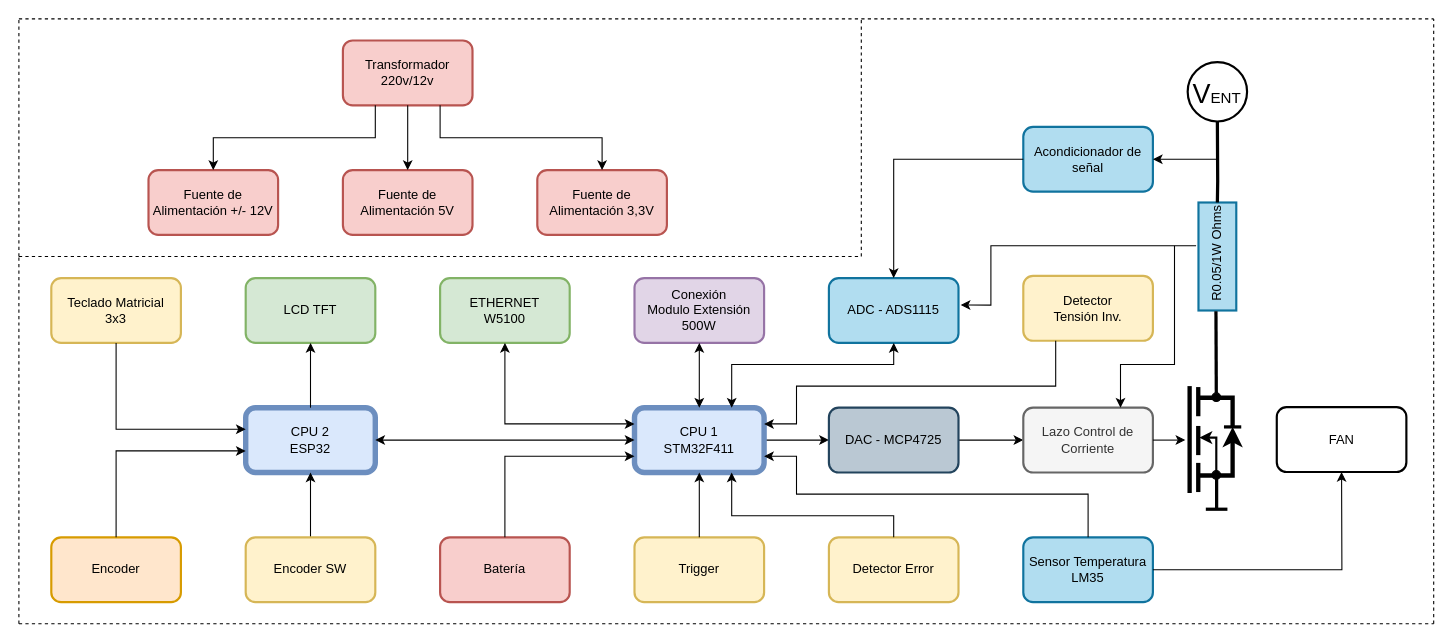
The draw.io diagram Diagrama en Bloques.drawio in Nicolasseze/Carga-Electronica, before the edit. Source tidied: cells renumbered, new cells numbered last; positions are measured from the earlier drawing's top-left corner, leaving out a move shared by most shapes. Both pictures are drawn from the tidied source at 108%, with x=0, y=0 at pixel (18, 18).
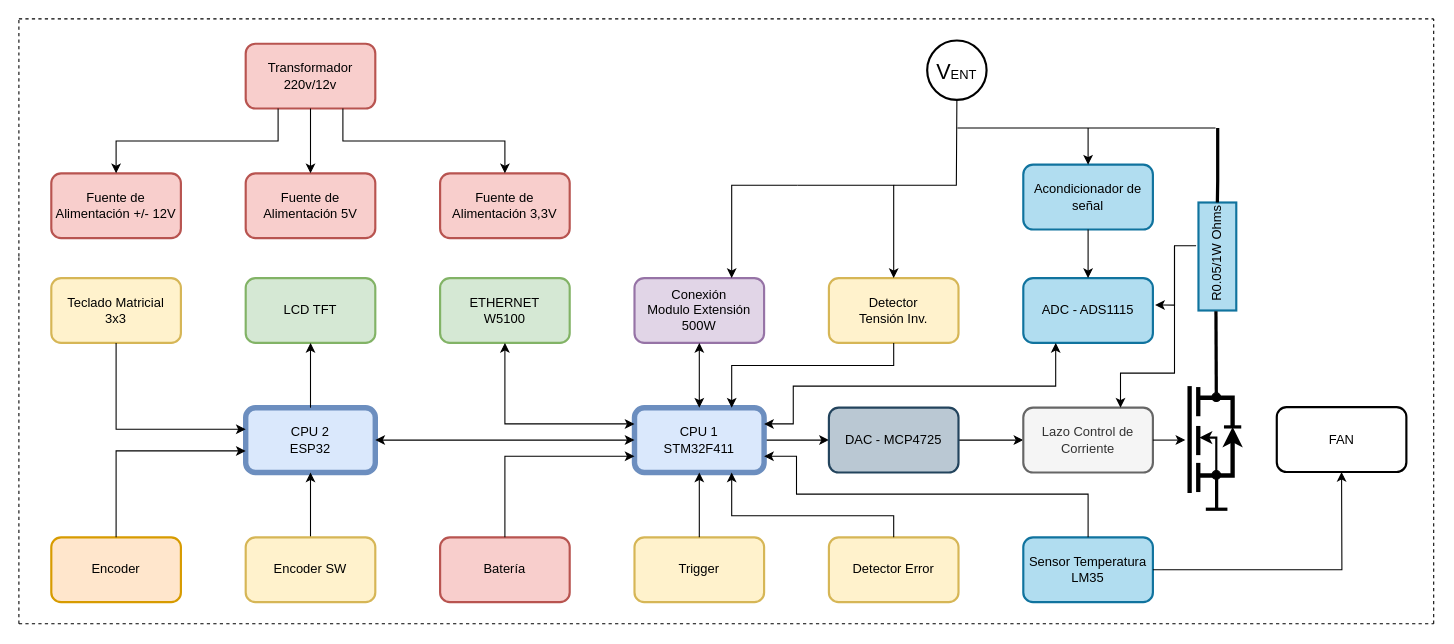
After the change.

Unchanged cells that the change refers to:
```xml
<mxCell id="2" style="rounded=0;whiteSpace=wrap;html=1;direction=north;strokeWidth=2;fillColor=#b1ddf0;strokeColor=#10739e;" parent="1" vertex="1">
  <mxGeometry x="1092.2" y="170" width="35" height="100" as="geometry" />
</mxCell>
<mxCell id="6" value="CPU 1&lt;br&gt;STM32F411" style="rounded=1;whiteSpace=wrap;html=1;fillColor=#dae8fc;strokeColor=#6c8ebf;strokeWidth=5;" parent="1" vertex="1">
  <mxGeometry x="570" y="360" width="120" height="60" as="geometry" />
</mxCell>
<mxCell id="18" value="Conexión&lt;br&gt;Modulo Extensión&lt;br&gt;500W" style="rounded=1;whiteSpace=wrap;html=1;fillColor=#e1d5e7;strokeColor=#9673a6;strokeWidth=2;" parent="1" vertex="1">
  <mxGeometry x="570" y="240" width="120" height="60" as="geometry" />
</mxCell>
<mxCell id="25" value="Lazo Control de Corriente" style="rounded=1;whiteSpace=wrap;html=1;strokeWidth=2;fillColor=#f5f5f5;strokeColor=#666666;fontColor=#333333;" parent="1" vertex="1">
  <mxGeometry x="930" y="360" width="120" height="60" as="geometry" />
</mxCell>
```

What changed in the source:
```diff
@@
     <mxCell id="9" value="ADC - ADS1115" style="rounded=1;whiteSpace=wrap;html=1;fillColor=#b1ddf0;strokeColor=#10739e;strokeWidth=2;" parent="1" vertex="1">
-      <mxGeometry x="750" y="240" width="120" height="60" as="geometry" />
+      <mxGeometry x="930" y="240" width="120" height="60" as="geometry" />
     </mxCell>
@@
     <mxCell id="26" value="Transformador 220v/12v" style="rounded=1;whiteSpace=wrap;html=1;fillColor=#f8cecc;strokeColor=#b85450;strokeWidth=2;" parent="1" vertex="1">
-      <mxGeometry x="300" y="20" width="120" height="60" as="geometry" />
+      <mxGeometry x="210" y="23" width="120" height="60" as="geometry" />
     </mxCell>
     <mxCell id="27" value="Fuente de Alimentación +/- 12V" style="rounded=1;whiteSpace=wrap;html=1;fillColor=#f8cecc;strokeColor=#b85450;strokeWidth=2;" parent="1" vertex="1">
-      <mxGeometry x="120" y="140" width="120" height="60" as="geometry" />
+      <mxGeometry x="30" y="143" width="120" height="60" as="geometry" />
     </mxCell>
     <mxCell id="28" value="Fuente de Alimentación 5V" style="rounded=1;whiteSpace=wrap;html=1;fillColor=#f8cecc;strokeColor=#b85450;strokeWidth=2;" parent="1" vertex="1">
-      <mxGeometry x="300" y="140" width="120" height="60" as="geometry" />
+      <mxGeometry x="210" y="143" width="120" height="60" as="geometry" />
     </mxCell>
     <mxCell id="29" value="Fuente de Alimentación 3,3V" style="rounded=1;whiteSpace=wrap;html=1;fillColor=#f8cecc;strokeColor=#b85450;strokeWidth=2;" parent="1" vertex="1">
-      <mxGeometry x="480" y="140" width="120" height="60" as="geometry" />
+      <mxGeometry x="390" y="143" width="120" height="60" as="geometry" />
     </mxCell>
@@
-    <mxCell id="31" value="Detector &lt;br&gt;Tensión Inv." style="rounded=1;whiteSpace=wrap;html=1;fillColor=#fff2cc;strokeColor=#d6b656;strokeWidth=2;" parent="1" vertex="1">
-      <mxGeometry x="930" y="238" width="120" height="60" as="geometry" />
-    </mxCell>
@@
-    <mxCell id="37" style="endArrow=classic;startArrow=classic;html=1;rounded=0;entryX=0.5;entryY=1;entryDx=0;entryDy=0;" parent="1" edge="1" target="9">
+    <mxCell id="37" style="endArrow=classic;startArrow=classic;html=1;rounded=0;entryX=0.25;entryY=1;entryDx=0;entryDy=0;exitX=1;exitY=0.25;exitDx=0;exitDy=0;" parent="1" edge="1" source="6" target="9">
       <mxGeometry relative="1" as="geometry">
-        <mxPoint x="660" y="360" as="sourcePoint" />
         <Array as="points">
-          <mxPoint x="660" y="320" />
-          <mxPoint x="730" y="320" />
-          <mxPoint x="810" y="320" />
+          <mxPoint x="717" y="375" />
+          <mxPoint x="717" y="340" />
+          <mxPoint x="960" y="340" />
         </Array>
       </mxGeometry>
     </mxCell>
-    <mxCell id="38" style="endArrow=classic;html=1;rounded=0;entryX=1;entryY=0.25;entryDx=0;entryDy=0;exitX=0.25;exitY=1;exitDx=0;exitDy=0;" parent="1" edge="1" source="31" target="6">
-      <mxGeometry relative="1" as="geometry">
-        <Array as="points">
-          <mxPoint x="960" y="340" />
-          <mxPoint x="890" y="340" />
-          <mxPoint x="720" y="340" />
-          <mxPoint x="720" y="375" />
-        </Array>
-      </mxGeometry>
-    </mxCell>
@@
-    <mxCell id="40" value="&lt;font style=&quot;&quot;&gt;&lt;span style=&quot;font-size: 25px;&quot;&gt;V&lt;/span&gt;&lt;font style=&quot;font-size: 14px;&quot;&gt;ENT&lt;/font&gt;&lt;/font&gt;" style="ellipse;whiteSpace=wrap;html=1;strokeWidth=2;" parent="1" vertex="1">
-      <mxGeometry x="1082.2" y="40" width="55" height="55" as="geometry" />
-    </mxCell>
-    <mxCell id="41" style="endArrow=none;html=1;rounded=0;exitX=1;exitY=0.5;exitDx=0;exitDy=0;entryX=0.5;entryY=1;entryDx=0;entryDy=0;strokeWidth=3;" parent="1" edge="1" source="2" target="40">
+    <mxCell id="41" style="endArrow=none;html=1;rounded=0;exitX=1;exitY=0.5;exitDx=0;exitDy=0;strokeWidth=3;" parent="1" edge="1" source="2">
       <mxGeometry relative="1" as="geometry">
+        <mxPoint x="1110" y="101" as="targetPoint" />
         <Array as="points">
           <mxPoint x="1110" y="150" />
         </Array>
       </mxGeometry>
     </mxCell>
     <mxCell id="42" value="Acondicionador de señal" style="rounded=1;whiteSpace=wrap;html=1;fillColor=#b1ddf0;strokeColor=#10739e;strokeWidth=2;" parent="1" vertex="1">
-      <mxGeometry x="930" y="100" width="120" height="60" as="geometry" />
+      <mxGeometry x="930" y="135" width="120" height="60" as="geometry" />
     </mxCell>
-    <mxCell id="43" style="endArrow=classic;html=1;rounded=0;entryX=1;entryY=0.5;entryDx=0;entryDy=0;" parent="1" edge="1" target="42">
+    <mxCell id="43" style="endArrow=classic;html=1;rounded=0;entryX=0.5;entryY=0;entryDx=0;entryDy=0;" parent="1" edge="1" target="42">
       <mxGeometry relative="1" as="geometry">
-        <mxPoint x="1110" y="130" as="sourcePoint" />
+        <mxPoint x="990" y="101" as="sourcePoint" />
       </mxGeometry>
     </mxCell>
-    <mxCell id="44" style="endArrow=classic;html=1;rounded=0;entryX=0.5;entryY=0;entryDx=0;entryDy=0;exitX=0;exitY=0.5;exitDx=0;exitDy=0;" parent="1" edge="1" source="42" target="9">
-      <mxGeometry relative="1" as="geometry">
-        <Array as="points">
-          <mxPoint x="810" y="130" />
-        </Array>
-      </mxGeometry>
+    <mxCell id="44" style="endArrow=classic;html=1;rounded=0;entryX=0.5;entryY=0;entryDx=0;entryDy=0;exitX=0.5;exitY=1;exitDx=0;exitDy=0;" parent="1" edge="1" source="42" target="9">
+      <mxGeometry relative="1" as="geometry" />
     </mxCell>
@@
     <mxCell id="61" style="endArrow=classic;html=1;rounded=0;entryX=1.017;entryY=0.414;entryDx=0;entryDy=0;entryPerimeter=0;" parent="1" edge="1" target="9">
       <mxGeometry relative="1" as="geometry">
         <mxPoint x="1090" y="210" as="sourcePoint" />
         <Array as="points">
-          <mxPoint x="900" y="210" />
-          <mxPoint x="900" y="265" />
+          <mxPoint x="1070" y="210" />
+          <mxPoint x="1070" y="265" />
         </Array>
       </mxGeometry>
     </mxCell>
     <mxCell id="62" style="endArrow=classic;html=1;rounded=0;entryX=0.75;entryY=0;entryDx=0;entryDy=0;" parent="1" edge="1" target="25">
       <mxGeometry relative="1" as="geometry">
         <mxPoint x="1070" y="210" as="sourcePoint" />
         <Array as="points">
-          <mxPoint x="1070" y="320" />
-          <mxPoint x="1050" y="320" />
-          <mxPoint x="1020" y="320" />
+          <mxPoint x="1070" y="328" />
+          <mxPoint x="1020" y="328" />
         </Array>
       </mxGeometry>
     </mxCell>
     <mxCell id="63" style="endArrow=classic;html=1;rounded=0;entryX=0.5;entryY=0;entryDx=0;entryDy=0;" parent="1" edge="1" target="28">
       <mxGeometry relative="1" as="geometry">
-        <mxPoint x="360" y="80" as="sourcePoint" />
+        <mxPoint x="270" y="83" as="sourcePoint" />
       </mxGeometry>
     </mxCell>
     <mxCell id="64" style="endArrow=classic;html=1;rounded=0;entryX=0.5;entryY=0;entryDx=0;entryDy=0;exitX=0.25;exitY=1;exitDx=0;exitDy=0;" parent="1" edge="1" source="26" target="27">
       <mxGeometry relative="1" as="geometry">
         <Array as="points">
-          <mxPoint x="330" y="110" />
-          <mxPoint x="180" y="110" />
+          <mxPoint x="240" y="113" />
+          <mxPoint x="90" y="113" />
         </Array>
       </mxGeometry>
     </mxCell>
     <mxCell id="65" style="endArrow=classic;html=1;rounded=0;entryX=0.5;entryY=0;entryDx=0;entryDy=0;exitX=0.75;exitY=1;exitDx=0;exitDy=0;" parent="1" edge="1" source="26" target="29">
       <mxGeometry relative="1" as="geometry">
         <Array as="points">
-          <mxPoint x="390" y="110" />
-          <mxPoint x="540" y="110" />
+          <mxPoint x="300" y="113" />
+          <mxPoint x="450" y="113" />
         </Array>
       </mxGeometry>
     </mxCell>
@@
-    <mxCell id="69" style="endArrow=none;dashed=1;html=1;rounded=0;" parent="1" edge="1">
-      <mxGeometry relative="1" as="geometry">
-        <mxPoint y="220" as="sourcePoint" />
-        <mxPoint x="780" y="220" as="targetPoint" />
-      </mxGeometry>
-    </mxCell>
-    <mxCell id="70" style="endArrow=none;dashed=1;html=1;rounded=0;" parent="1" edge="1">
-      <mxGeometry relative="1" as="geometry">
-        <mxPoint x="780" y="220" as="sourcePoint" />
-        <mxPoint x="780" as="targetPoint" />
-      </mxGeometry>
-    </mxCell>
@@
+    <mxCell id="31" value="Detector &lt;br&gt;Tensión Inv." style="rounded=1;whiteSpace=wrap;html=1;fillColor=#fff2cc;strokeColor=#d6b656;strokeWidth=2;" parent="1" vertex="1">
+      <mxGeometry x="750" y="240" width="120" height="60" as="geometry" />
+    </mxCell>
+    <mxCell id="40" value="&lt;font style=&quot;&quot;&gt;&lt;span style=&quot;font-size: 20px;&quot;&gt;V&lt;/span&gt;&lt;font style=&quot;font-size: 12px;&quot;&gt;ENT&lt;/font&gt;&lt;/font&gt;" style="ellipse;whiteSpace=wrap;html=1;strokeWidth=2;" parent="1" vertex="1">
+      <mxGeometry x="841" y="20" width="55" height="55" as="geometry" />
+    </mxCell>
+    <mxCell id="73" style="endArrow=classic;html=1;rounded=0;entryX=0.75;entryY=0;entryDx=0;entryDy=0;" parent="1" edge="1" target="18">
+      <mxGeometry relative="1" as="geometry">
+        <mxPoint x="721" y="154" as="sourcePoint" />
+        <Array as="points">
+          <mxPoint x="721" y="154" />
+          <mxPoint x="660" y="154" />
+        </Array>
+      </mxGeometry>
+    </mxCell>
+    <mxCell id="74" style="endArrow=classic;html=1;rounded=0;entryX=0.5;entryY=0;entryDx=0;entryDy=0;" parent="1" edge="1" target="31">
+      <mxGeometry relative="1" as="geometry">
+        <mxPoint x="721" y="154" as="sourcePoint" />
+        <Array as="points">
+          <mxPoint x="810" y="154" />
+        </Array>
+      </mxGeometry>
+    </mxCell>
+    <mxCell id="75" style="endArrow=none;html=1;rounded=0;entryX=0.5;entryY=1;entryDx=0;entryDy=0;" parent="1" edge="1" target="40">
+      <mxGeometry relative="1" as="geometry">
+        <mxPoint x="810" y="154" as="sourcePoint" />
+        <Array as="points">
+          <mxPoint x="868" y="154" />
+        </Array>
+      </mxGeometry>
+    </mxCell>
+    <mxCell id="76" style="endArrow=none;html=1;rounded=0;" parent="1" edge="1">
+      <mxGeometry relative="1" as="geometry">
+        <mxPoint x="869" y="101" as="sourcePoint" />
+        <mxPoint x="1108" y="101" as="targetPoint" />
+      </mxGeometry>
+    </mxCell>
+    <mxCell id="38" style="endArrow=classic;html=1;rounded=0;entryX=0.75;entryY=0;entryDx=0;entryDy=0;exitX=0.5;exitY=1;exitDx=0;exitDy=0;" parent="1" edge="1" source="31" target="6">
+      <mxGeometry relative="1" as="geometry">
+        <Array as="points">
+          <mxPoint x="810" y="321" />
+          <mxPoint x="707" y="321" />
+          <mxPoint x="660" y="321" />
+        </Array>
+      </mxGeometry>
+    </mxCell>
```
